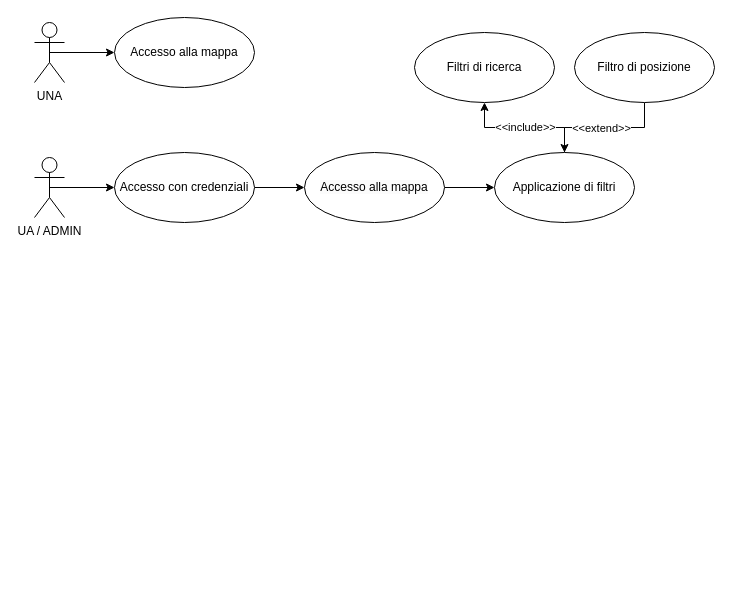
LucaBarbolini/Prova1 keeps this draw.io diagram as page "Mappa iterattiva" (8 of 14) of Copia di IS.drawio. Above is the earlier version. Source tidied: cells renumbered, new cells numbered last; positions are measured from the earlier drawing's top-left corner, leaving out a move shared by most shapes. Both pictures are drawn from the tidied source at 100%, with x=0, y=0 at pixel (34, 17).
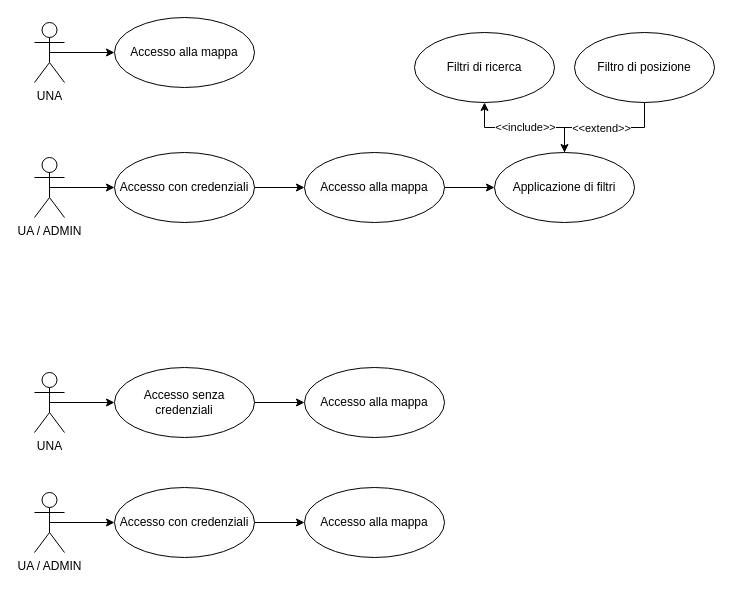
The same page after the edit.

Change to the diagram source:
```diff
@@
+    <mxCell id="18" style="edgeStyle=orthogonalEdgeStyle;rounded=0;jettySize=auto;html=1;exitX=0.5;exitY=0.5;exitDx=0;exitDy=0;exitPerimeter=0;entryX=0;entryY=0.5;entryDx=0;entryDy=0;fontFamily=Helvetica;fontSize=12;fontColor=default;" parent="1" edge="1" source="19" target="22">
+      <mxGeometry relative="1" as="geometry" />
+    </mxCell>
+    <mxCell id="19" value="UNA" style="shape=umlActor;verticalLabelPosition=bottom;verticalAlign=top;html=1;" parent="1" vertex="1">
+      <mxGeometry y="355" width="30" height="60" as="geometry" />
+    </mxCell>
+    <mxCell id="20" value="Accesso alla mappa" style="ellipse;whiteSpace=wrap;html=1;" parent="1" vertex="1">
+      <mxGeometry x="270" y="350" width="140" height="70" as="geometry" />
+    </mxCell>
+    <mxCell id="21" style="edgeStyle=orthogonalEdgeStyle;rounded=0;jettySize=auto;html=1;exitX=1;exitY=0.5;exitDx=0;exitDy=0;fontFamily=Helvetica;fontSize=12;fontColor=default;" parent="1" edge="1" source="22" target="20">
+      <mxGeometry relative="1" as="geometry" />
+    </mxCell>
+    <mxCell id="22" value="Accesso senza credenziali" style="ellipse;whiteSpace=wrap;html=1;" parent="1" vertex="1">
+      <mxGeometry x="80" y="350" width="140" height="70" as="geometry" />
+    </mxCell>
+    <mxCell id="23" style="edgeStyle=orthogonalEdgeStyle;rounded=0;jettySize=auto;html=1;exitX=0.5;exitY=0.5;exitDx=0;exitDy=0;exitPerimeter=0;entryX=0;entryY=0.5;entryDx=0;entryDy=0;fontFamily=Helvetica;fontSize=12;fontColor=default;" parent="1" edge="1" source="24" target="26">
+      <mxGeometry relative="1" as="geometry" />
+    </mxCell>
+    <mxCell id="24" value="UA / ADMIN" style="shape=umlActor;verticalLabelPosition=bottom;verticalAlign=top;html=1;" parent="1" vertex="1">
+      <mxGeometry y="475" width="30" height="60" as="geometry" />
+    </mxCell>
+    <mxCell id="25" style="edgeStyle=orthogonalEdgeStyle;rounded=0;jettySize=auto;html=1;exitX=1;exitY=0.5;exitDx=0;exitDy=0;entryX=0;entryY=0.5;entryDx=0;entryDy=0;fontFamily=Helvetica;fontSize=12;fontColor=default;" parent="1" edge="1" source="26" target="27">
+      <mxGeometry relative="1" as="geometry" />
+    </mxCell>
+    <mxCell id="26" value="Accesso con credenziali" style="ellipse;whiteSpace=wrap;html=1;" parent="1" vertex="1">
+      <mxGeometry x="80" y="470" width="140" height="70" as="geometry" />
+    </mxCell>
+    <mxCell id="27" value="Accesso alla mappa" style="ellipse;whiteSpace=wrap;html=1;" parent="1" vertex="1">
+      <mxGeometry x="270" y="470" width="140" height="70" as="geometry" />
+    </mxCell>
```
